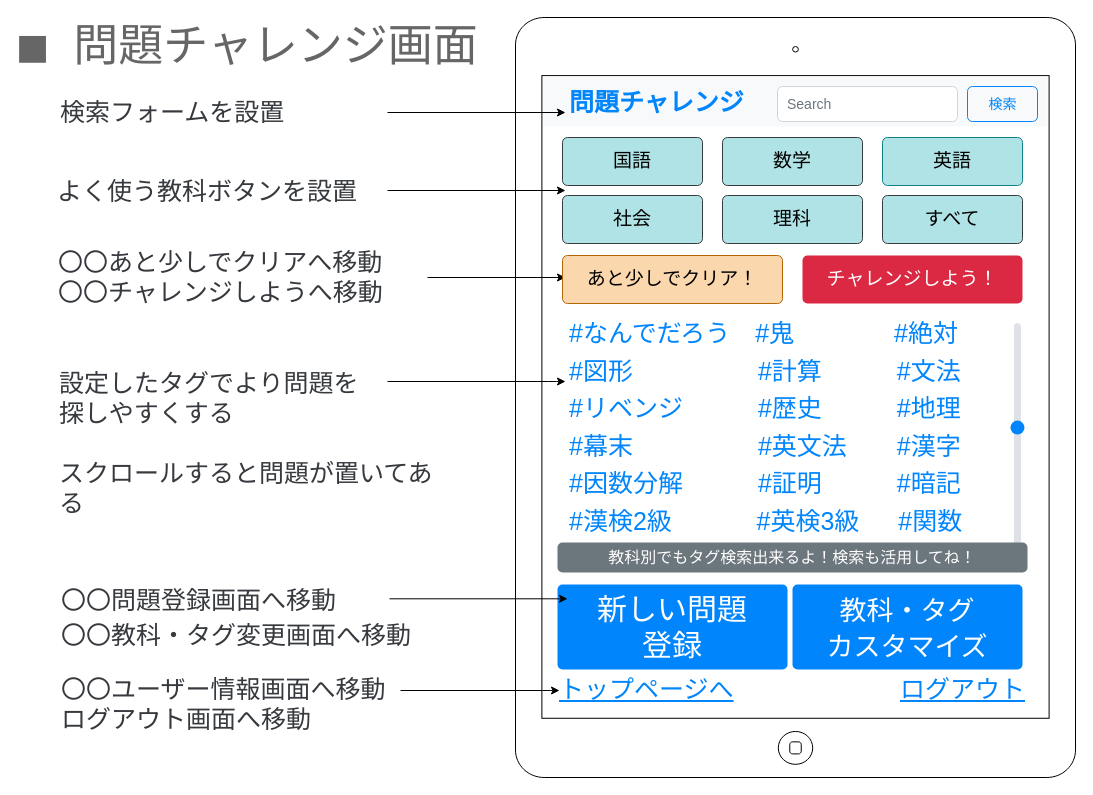
Earlier version of the draw.io diagram page "問題チャレンジ画面" (7 of 15) of 画面設計_苦手問題克服.drawio (mitsuewatanabe/practice). Source tidied: cells renumbered, new cells numbered last; positions are measured from the earlier drawing's top-left corner, leaving out a move shared by most shapes. Both pictures are drawn from the tidied source at 100%, with x=0, y=0 at pixel (17, 17).
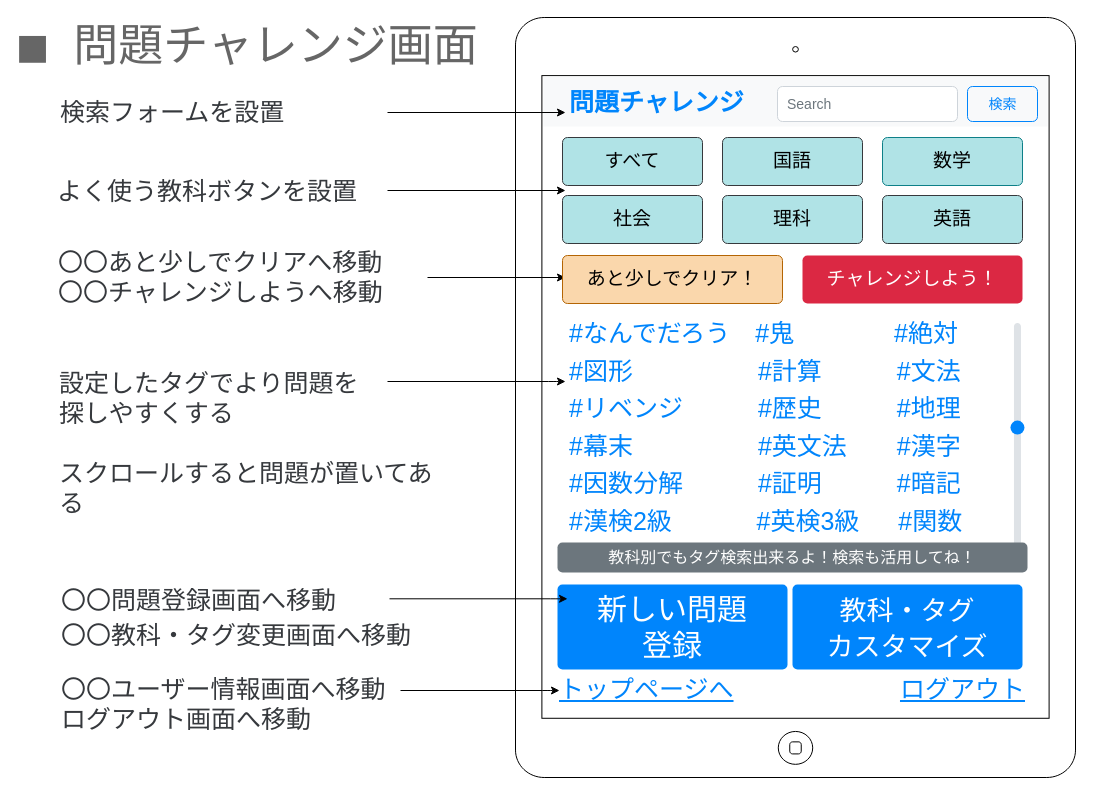
The same page after the edit.

What changed in the source:
```diff
@@
-    <mxCell id="26" value="&lt;span style=&quot;&quot;&gt;国語&lt;/span&gt;" style="html=1;shadow=0;dashed=0;shape=mxgraph.bootstrap.rrect;rSize=5;strokeColor=#36393d;strokeWidth=1;whiteSpace=wrap;align=center;verticalAlign=middle;spacingLeft=0;fontStyle=0;fontSize=19;spacing=5;labelBackgroundColor=#B0E3E6;fillColor=#B0E3E6;" parent="1" vertex="1">
+    <mxCell id="26" value="&lt;span&gt;すべて&lt;/span&gt;" style="html=1;shadow=0;dashed=0;shape=mxgraph.bootstrap.rrect;rSize=5;strokeColor=#36393d;strokeWidth=1;whiteSpace=wrap;align=center;verticalAlign=middle;spacingLeft=0;fontStyle=0;fontSize=19;spacing=5;labelBackgroundColor=#B0E3E6;fillColor=#B0E3E6;" parent="1" vertex="1">
       <mxGeometry x="545" y="120" width="140" height="48" as="geometry" />
     </mxCell>
-    <mxCell id="27" value="&lt;span style=&quot;&quot;&gt;数学&lt;/span&gt;" style="html=1;shadow=0;dashed=0;shape=mxgraph.bootstrap.rrect;rSize=5;strokeColor=#36393d;strokeWidth=1;whiteSpace=wrap;align=center;verticalAlign=middle;spacingLeft=0;fontStyle=0;fontSize=19;spacing=5;labelBackgroundColor=#B0E3E6;fillColor=#B0E3E6;" parent="1" vertex="1">
+    <mxCell id="27" value="&lt;span&gt;国語&lt;/span&gt;" style="html=1;shadow=0;dashed=0;shape=mxgraph.bootstrap.rrect;rSize=5;strokeColor=#36393d;strokeWidth=1;whiteSpace=wrap;align=center;verticalAlign=middle;spacingLeft=0;fontStyle=0;fontSize=19;spacing=5;labelBackgroundColor=#B0E3E6;fillColor=#B0E3E6;" parent="1" vertex="1">
       <mxGeometry x="705" y="120" width="140" height="48" as="geometry" />
     </mxCell>
-    <mxCell id="28" value="英語" style="html=1;shadow=0;dashed=0;shape=mxgraph.bootstrap.rrect;rSize=5;strokeColor=#0e8088;strokeWidth=1;fillColor=#b0e3e6;whiteSpace=wrap;align=center;verticalAlign=middle;spacingLeft=0;fontStyle=0;fontSize=19;spacing=5;labelBackgroundColor=#B0E3E6;" parent="1" vertex="1">
+    <mxCell id="28" value="数学" style="html=1;shadow=0;dashed=0;shape=mxgraph.bootstrap.rrect;rSize=5;strokeColor=#0e8088;strokeWidth=1;fillColor=#b0e3e6;whiteSpace=wrap;align=center;verticalAlign=middle;spacingLeft=0;fontStyle=0;fontSize=19;spacing=5;labelBackgroundColor=#B0E3E6;" parent="1" vertex="1">
       <mxGeometry x="865" y="120" width="140" height="48" as="geometry" />
     </mxCell>
@@
-    <mxCell id="31" value="&lt;span style=&quot;&quot;&gt;すべて&lt;/span&gt;" style="html=1;shadow=0;dashed=0;shape=mxgraph.bootstrap.rrect;rSize=5;strokeColor=#36393d;strokeWidth=1;whiteSpace=wrap;align=center;verticalAlign=middle;spacingLeft=0;fontStyle=0;fontSize=19;spacing=5;labelBackgroundColor=#B0E3E6;fillColor=#B0E3E6;" parent="1" vertex="1">
+    <mxCell id="31" value="&lt;span&gt;英語&lt;/span&gt;" style="html=1;shadow=0;dashed=0;shape=mxgraph.bootstrap.rrect;rSize=5;strokeColor=#36393d;strokeWidth=1;whiteSpace=wrap;align=center;verticalAlign=middle;spacingLeft=0;fontStyle=0;fontSize=19;spacing=5;labelBackgroundColor=#B0E3E6;fillColor=#B0E3E6;" parent="1" vertex="1">
       <mxGeometry x="865" y="178" width="140" height="48" as="geometry" />
     </mxCell>
```
